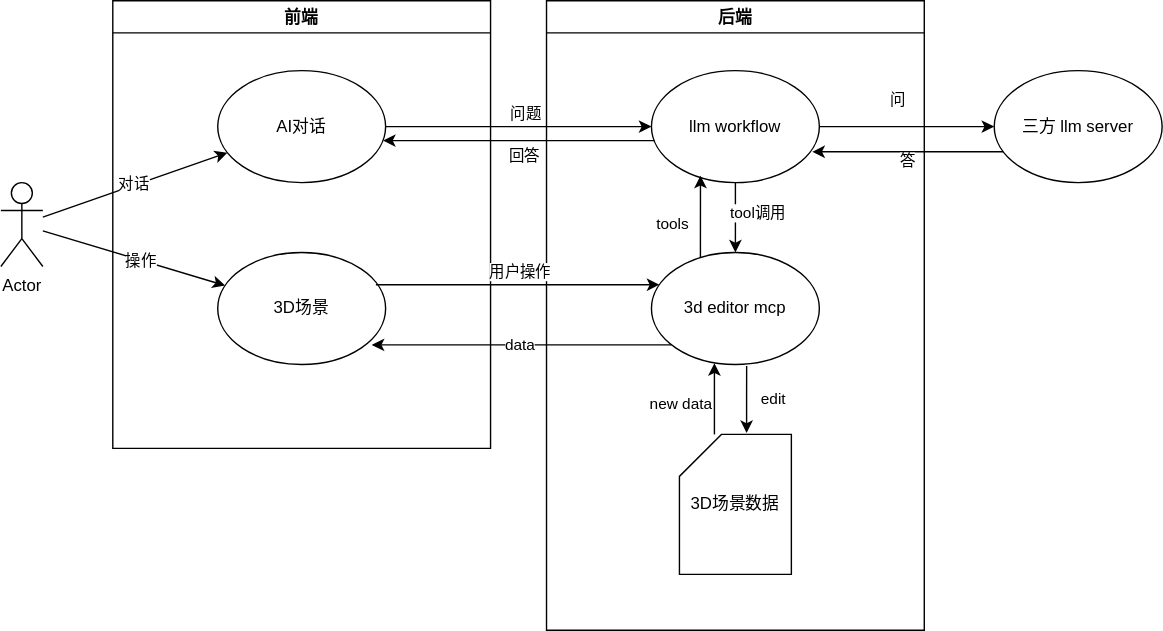
Above: blogs/assets/ai_design_editor.svg in huangqiaobo/huangqiaobo.github.io (draw.io), before the change. Source tidied: cells renumbered, new cells last; positions are measured from the earlier drawing's top-left corner, leaving out a move shared by most shapes.
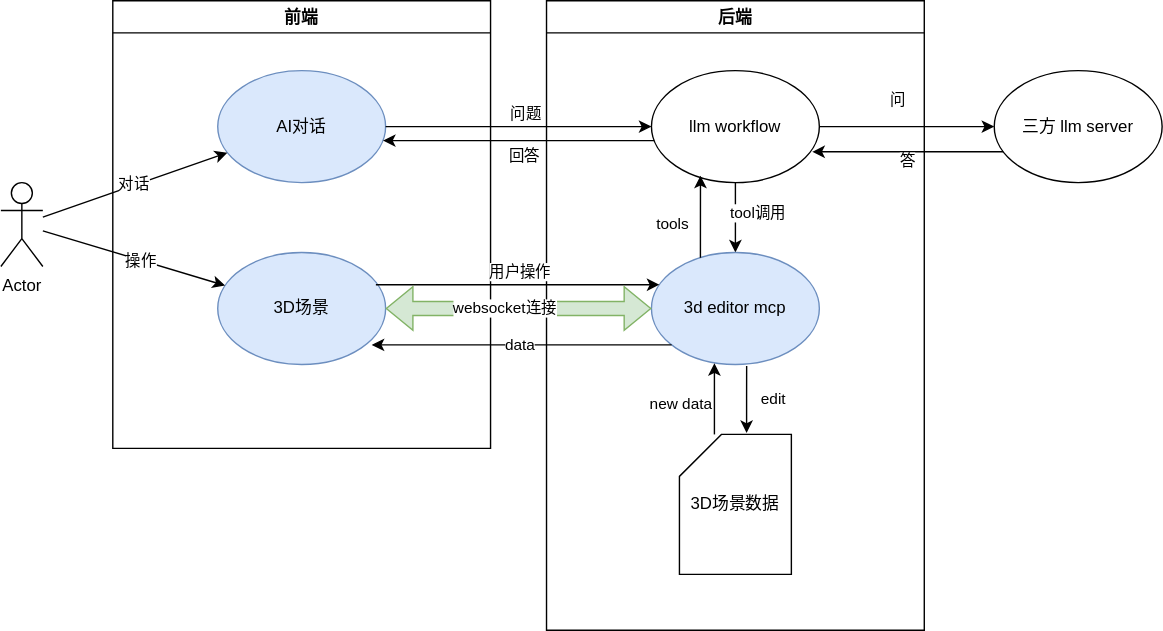
Later version of the same file.

The edit, as a diff of the source:
```diff
@@ -5,10 +5,10 @@
     <mxCell id="2" value="前端" style="swimlane;startSize=23;" parent="1" vertex="1">
       <mxGeometry x="80" width="270" height="320" as="geometry" />
     </mxCell>
-    <mxCell id="3" value="3D场景" style="ellipse;whiteSpace=wrap;html=1;" parent="2" vertex="1">
+    <mxCell id="3" value="3D场景" style="ellipse;whiteSpace=wrap;html=1;fillColor=#dae8fc;strokeColor=#6c8ebf;" parent="2" vertex="1">
       <mxGeometry x="75" y="180" width="120" height="80" as="geometry" />
     </mxCell>
-    <mxCell id="4" value="AI对话" style="ellipse;whiteSpace=wrap;html=1;" parent="2" vertex="1">
+    <mxCell id="4" value="AI对话" style="ellipse;whiteSpace=wrap;html=1;fillColor=#dae8fc;strokeColor=#6c8ebf;" parent="2" vertex="1">
       <mxGeometry x="75" y="50" width="120" height="80" as="geometry" />
     </mxCell>
     <mxCell id="5" value="后端" style="swimlane;startSize=23;" parent="1" vertex="1">
@@ -25,7 +25,7 @@
     <mxCell id="8" value="llm workflow" style="ellipse;whiteSpace=wrap;html=1;" parent="5" vertex="1">
       <mxGeometry x="75" y="50" width="120" height="80" as="geometry" />
     </mxCell>
-    <mxCell id="9" value="3d editor mcp" style="ellipse;whiteSpace=wrap;html=1;" parent="5" vertex="1">
+    <mxCell id="9" value="3d editor mcp" style="ellipse;whiteSpace=wrap;html=1;fillColor=#dae8fc;strokeColor=#6c8ebf;" parent="5" vertex="1">
       <mxGeometry x="75" y="180" width="120" height="80" as="geometry" />
     </mxCell>
     <mxCell id="10" value="3D场景数据" style="shape=card;whiteSpace=wrap;html=1;" parent="5" vertex="1">
@@ -145,5 +145,11 @@
     <mxCell id="32" value="Actor" style="shape=umlActor;verticalLabelPosition=bottom;verticalAlign=top;html=1;outlineConnect=0;" parent="1" vertex="1">
       <mxGeometry y="130" width="30" height="60" as="geometry" />
     </mxCell>
+    <mxCell id="33" style="shape=flexArrow;endArrow=classic;startArrow=classic;html=1;rounded=0;exitX=1;exitY=0.5;exitDx=0;exitDy=0;entryX=0;entryY=0.5;entryDx=0;entryDy=0;fillColor=#d5e8d4;strokeColor=#82b366;" parent="1" edge="1" source="3" target="9">
+      <mxGeometry relative="1" as="geometry" />
+    </mxCell>
+    <mxCell id="34" value="websocket连接" style="edgeLabel;html=1;align=center;verticalAlign=middle;" parent="33" vertex="1">
+      <mxGeometry x="-0.12" y="1" relative="1" as="geometry" />
+    </mxCell>
   </root>
 </mxGraphModel>
```
